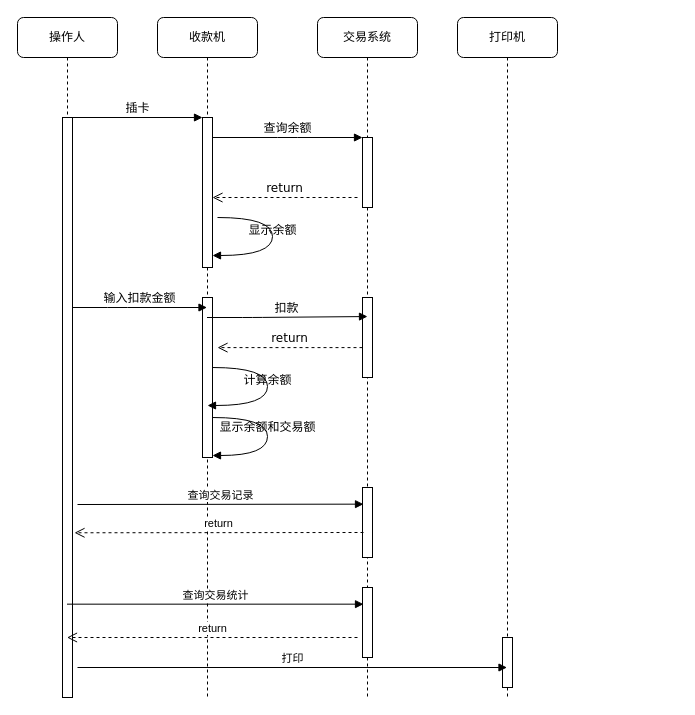
lw2003paul/book keeps this draw.io diagram as 组件时序图.drawio. Above is the earlier version. Source tidied: cells renumbered, new cells numbered last; positions are measured from the earlier drawing's top-left corner, leaving out a move shared by most shapes. Both pictures are drawn from the tidied source at 100%, with x=0, y=0 at pixel (17, 17).
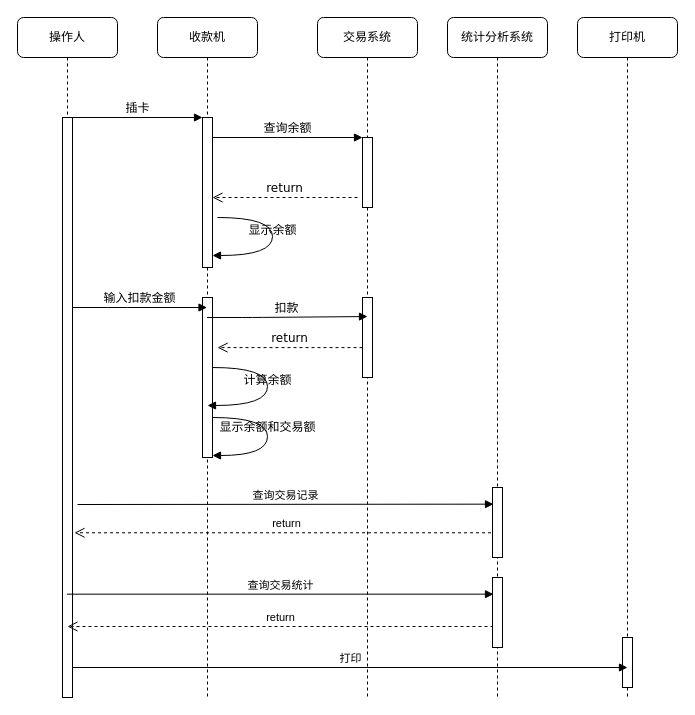
The same diagram, later.

Commit message:
更新组件时序图.drawio

The change refers to these unchanged cells:
```xml
<mxCell id="5" value="交易系统" style="shape=umlLifeline;perimeter=lifelinePerimeter;whiteSpace=wrap;html=1;rounded=1;shadow=0;comic=0;labelBackgroundColor=none;strokeWidth=1;fontFamily=Verdana;fontSize=12;align=center;" parent="1" vertex="1">
  <mxGeometry x="300" width="100" height="680" as="geometry" />
</mxCell>
<mxCell id="11" value="操作人" style="shape=umlLifeline;perimeter=lifelinePerimeter;whiteSpace=wrap;html=1;outlineConnect=0;rounded=1;shadow=0;comic=0;labelBackgroundColor=none;strokeWidth=1;fontFamily=Verdana;fontSize=12;align=center;" parent="1" vertex="1">
  <mxGeometry width="100" height="680" as="geometry" />
</mxCell>
<mxCell id="12" style="html=1;points=[];perimeter=orthogonalPerimeter;rounded=0;shadow=0;comic=0;labelBackgroundColor=none;strokeWidth=1;fontFamily=Verdana;fontSize=12;align=center;" parent="11" vertex="1">
  <mxGeometry x="45" y="100" width="10" height="580" as="geometry" />
</mxCell>
```

The edit, as a diff of the source:
```diff
@@
-    <mxCell id="8" style="html=1;points=[];perimeter=orthogonalPerimeter;" parent="5" vertex="1">
-      <mxGeometry x="45" y="470" width="10" height="70" as="geometry" />
-    </mxCell>
     <mxCell id="9" value="打印机" style="shape=umlLifeline;perimeter=lifelinePerimeter;whiteSpace=wrap;html=1;outlineConnect=0;rounded=1;shadow=0;comic=0;labelBackgroundColor=none;strokeWidth=1;fontFamily=Verdana;fontSize=12;align=center;" parent="1" vertex="1">
-      <mxGeometry x="440" width="100" height="680" as="geometry" />
+      <mxGeometry x="560" width="100" height="680" as="geometry" />
     </mxCell>
@@
-    <mxCell id="13" value="打印" style="html=1;verticalAlign=bottom;endArrow=block;" parent="11" edge="1" target="9">
+    <mxCell id="13" value="打印" style="html=1;verticalAlign=bottom;endArrow=block;" parent="11" edge="1" source="12">
       <mxGeometry relative="1" as="geometry">
-        <mxPoint x="60" y="650" as="sourcePoint" />
+        <mxPoint x="610" y="650" as="targetPoint" />
       </mxGeometry>
     </mxCell>
@@
-    <mxCell id="23" value="return" style="html=1;verticalAlign=bottom;endArrow=open;dashed=1;endSize=8;entryX=1.2;entryY=0.716;entryDx=0;entryDy=0;entryPerimeter=0;" parent="1" edge="1" target="12">
-      <mxGeometry relative="1" as="geometry">
-        <mxPoint x="346" y="515" as="sourcePoint" />
-      </mxGeometry>
+    <mxCell id="23" value="return" style="html=1;verticalAlign=bottom;endArrow=open;dashed=1;endSize=8;entryX=1.2;entryY=0.716;entryDx=0;entryDy=0;entryPerimeter=0;" parent="1" edge="1" source="28" target="12">
+      <mxGeometry relative="1" as="geometry" />
     </mxCell>
@@
-    <mxCell id="25" style="html=1;points=[];perimeter=orthogonalPerimeter;" parent="1" vertex="1">
-      <mxGeometry x="345" y="570" width="10" height="70" as="geometry" />
-    </mxCell>
-    <mxCell id="26" value="return" style="html=1;verticalAlign=bottom;endArrow=open;dashed=1;endSize=8;" parent="1" edge="1" target="11">
+    <mxCell id="26" value="return" style="html=1;verticalAlign=bottom;endArrow=open;dashed=1;endSize=8;exitX=0.1;exitY=0.7;exitDx=0;exitDy=0;exitPerimeter=0;" parent="1" edge="1" source="25">
       <mxGeometry relative="1" as="geometry">
-        <mxPoint x="340" y="620" as="sourcePoint" />
+        <mxPoint x="50" y="609" as="targetPoint" />
       </mxGeometry>
     </mxCell>
@@
+    <mxCell id="28" value="统计分析系统" style="shape=umlLifeline;perimeter=lifelinePerimeter;whiteSpace=wrap;html=1;outlineConnect=0;rounded=1;shadow=0;comic=0;labelBackgroundColor=none;strokeWidth=1;fontFamily=Verdana;fontSize=12;align=center;" parent="1" vertex="1">
+      <mxGeometry x="430" width="100" height="680" as="geometry" />
+    </mxCell>
+    <mxCell id="8" style="html=1;points=[];perimeter=orthogonalPerimeter;" parent="28" vertex="1">
+      <mxGeometry x="45" y="470" width="10" height="70" as="geometry" />
+    </mxCell>
+    <mxCell id="25" style="html=1;points=[];perimeter=orthogonalPerimeter;" parent="28" vertex="1">
+      <mxGeometry x="45" y="560" width="10" height="70" as="geometry" />
+    </mxCell>
```
